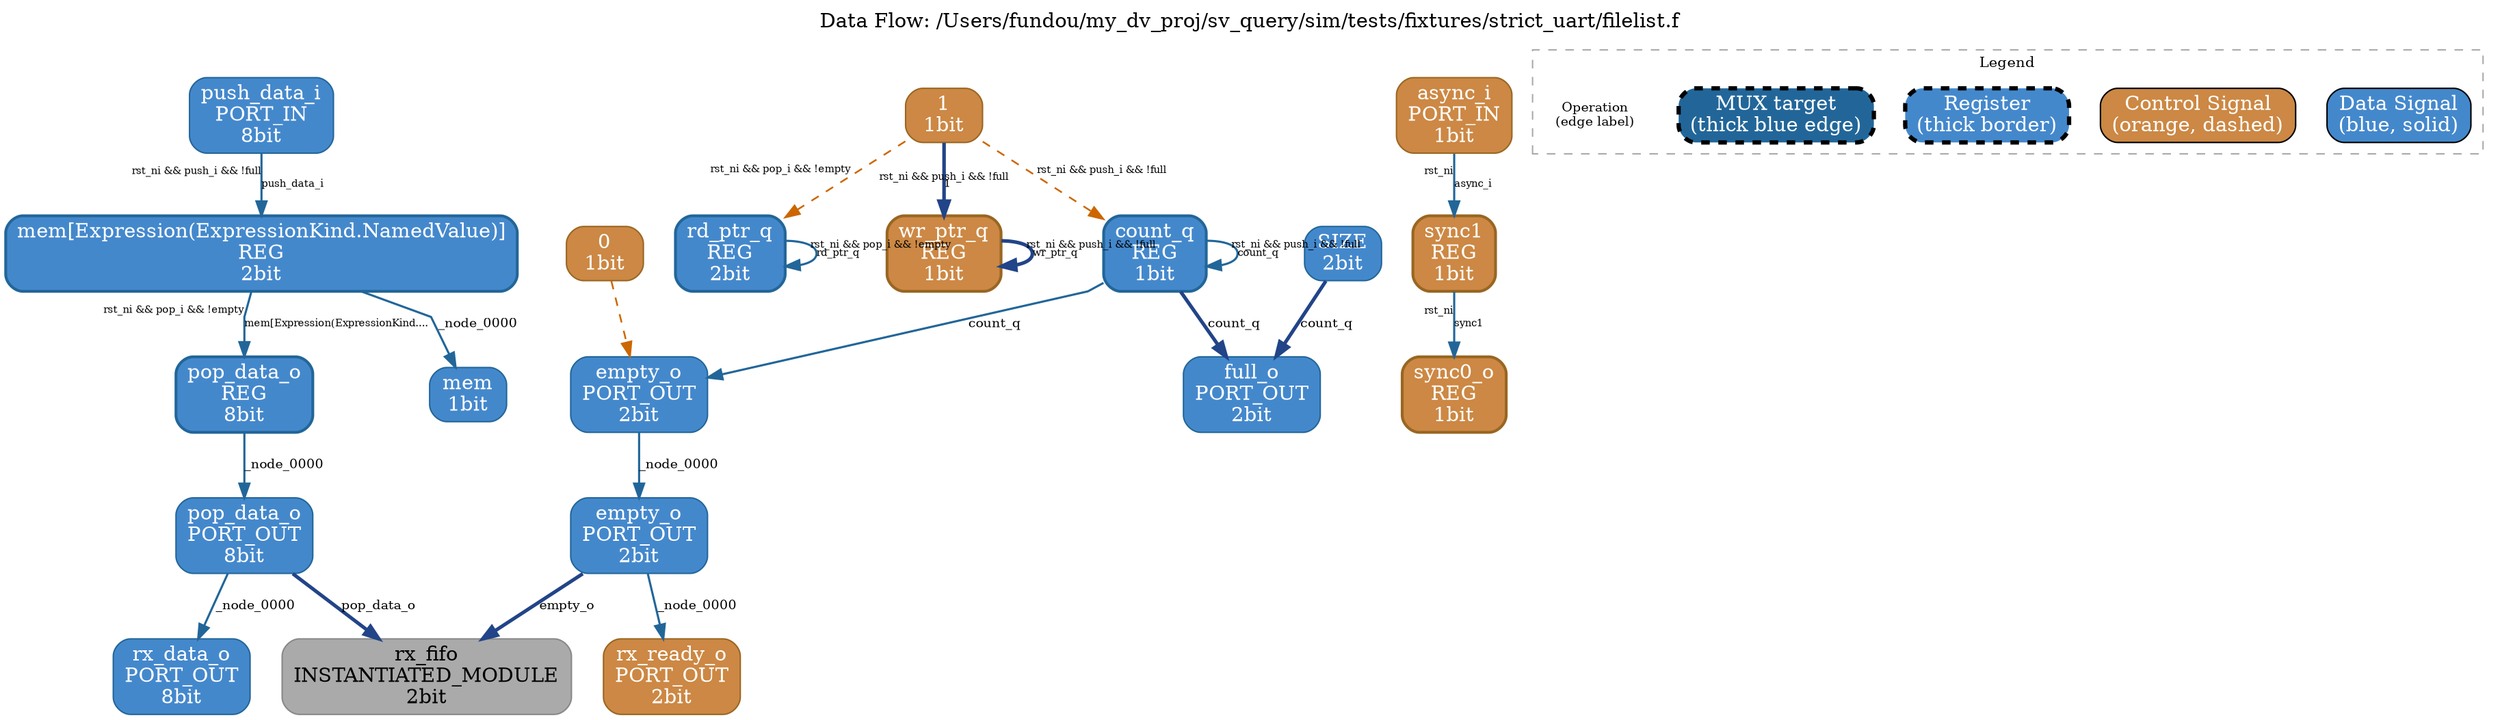
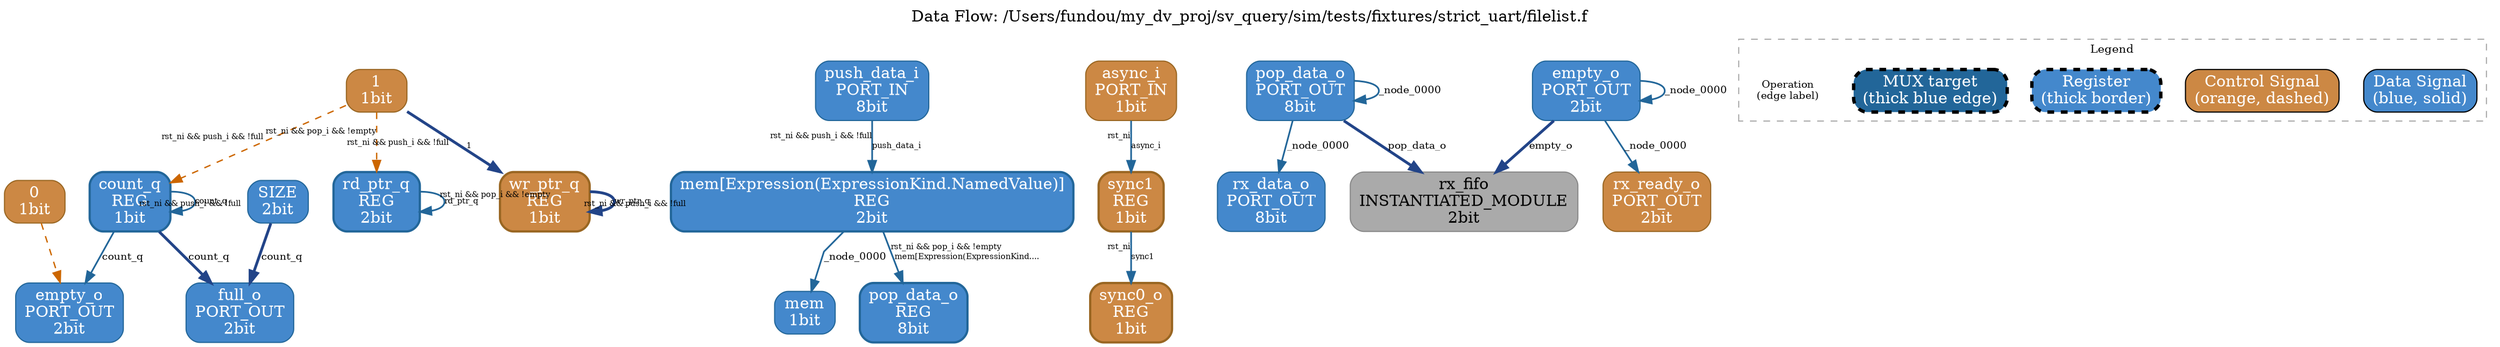
digraph dataflow {
  rankdir=TB;
  label="Data Flow: /Users/fundou/my_dv_proj/sv_query/sim/tests/fixtures/strict_uart/filelist.f";
  labelloc=t;
  fontsize=14;
  ranksep=0.5;
  nodesep=0.3;
  splines=polyline;

  // === Nodes ===
  "0" [label="0\n1bit" shape=box style="rounded,filled" fillcolor="#cc8844" color="#996622" fontcolor="white" penwidth=1];
  "1" [label="1\n1bit" shape=box style="rounded,filled" fillcolor="#cc8844" color="#996622" fontcolor="white" penwidth=1];
  "sync_fifo.SIZE" [label="SIZE\n2bit" shape=box style="rounded,filled" fillcolor="#4488cc" color="#226699" fontcolor="white" penwidth=1];
  "sync_fifo.count_q" [label="count_q\nREG\n1bit" shape=box style="rounded,filled" fillcolor="#4488cc" color="#226699" fontcolor="white" penwidth=2];
  "sync_fifo.empty_o" [label="empty_o\nPORT_OUT\n2bit" shape=box style="rounded,filled" fillcolor="#4488cc" color="#226699" fontcolor="white" penwidth=1];
  "sync_fifo.full_o" [label="full_o\nPORT_OUT\n2bit" shape=box style="rounded,filled" fillcolor="#4488cc" color="#226699" fontcolor="white" penwidth=1];
  "sync_fifo.mem" [label="mem\n1bit" shape=box style="rounded,filled" fillcolor="#4488cc" color="#226699" fontcolor="white" penwidth=1];
  "sync_fifo.mem[Expression(ExpressionKind.NamedValue)]" [label="mem[Expression(ExpressionKind.NamedValue)]\nREG\n2bit" shape=box style="rounded,filled" fillcolor="#4488cc" color="#226699" fontcolor="white" penwidth=2];
  "sync_fifo.pop_data_o" [label="pop_data_o\nREG\n8bit" shape=box style="rounded,filled" fillcolor="#4488cc" color="#226699" fontcolor="white" penwidth=2];
  "sync_fifo.push_data_i" [label="push_data_i\nPORT_IN\n8bit" shape=box style="rounded,filled" fillcolor="#4488cc" color="#226699" fontcolor="white" penwidth=1];
  "sync_fifo.rd_ptr_q" [label="rd_ptr_q\nREG\n2bit" shape=box style="rounded,filled" fillcolor="#4488cc" color="#226699" fontcolor="white" penwidth=2];
  "sync_fifo.wr_ptr_q" [label="wr_ptr_q\nREG\n1bit" shape=box style="rounded,filled" fillcolor="#cc8844" color="#996622" fontcolor="white" penwidth=2];
  "synchronizer.async_i" [label="async_i\nPORT_IN\n1bit" shape=box style="rounded,filled" fillcolor="#cc8844" color="#996622" fontcolor="white" penwidth=1];
  "synchronizer.sync0_o" [label="sync0_o\nREG\n1bit" shape=box style="rounded,filled" fillcolor="#cc8844" color="#996622" fontcolor="white" penwidth=2];
  "synchronizer.sync1" [label="sync1\nREG\n1bit" shape=box style="rounded,filled" fillcolor="#cc8844" color="#996622" fontcolor="white" penwidth=2];
  "uart_top.rx_data_o" [label="rx_data_o\nPORT_OUT\n8bit" shape=box style="rounded,filled" fillcolor="#4488cc" color="#226699" fontcolor="white" penwidth=1];
  "uart_top.rx_fifo" [label="rx_fifo\nINSTANTIATED_MODULE\n2bit" shape=box style="rounded,filled" fillcolor="#aaaaaa" color="#888888" fontcolor="black" penwidth=1];
  "uart_top.rx_fifo.empty_o" [label="empty_o\nPORT_OUT\n2bit" shape=box style="rounded,filled" fillcolor="#4488cc" color="#226699" fontcolor="white" penwidth=1];
  "uart_top.rx_fifo.pop_data_o" [label="pop_data_o\nPORT_OUT\n8bit" shape=box style="rounded,filled" fillcolor="#4488cc" color="#226699" fontcolor="white" penwidth=1];
  "uart_top.rx_ready_o" [label="rx_ready_o\nPORT_OUT\n2bit" shape=box style="rounded,filled" fillcolor="#cc8844" color="#996622" fontcolor="white" penwidth=1];

  // === Data Edges ===
  "synchronizer.async_i" -> "synchronizer.sync1" [color="#226699", style=solid, penwidth=1.5, label="async_i", fontsize=9, xlabel="rst_ni", fontsize=7];
  "synchronizer.sync1" -> "synchronizer.sync0_o" [color="#226699", style=solid, penwidth=1.5, label="sync1", fontsize=9, xlabel="rst_ni", fontsize=7];
  "sync_fifo.push_data_i" -> "sync_fifo.mem[Expression(ExpressionKind.NamedValue)]" [color="#226699", style=solid, penwidth=1.5, label="push_data_i", fontsize=9, xlabel="rst_ni && push_i && !full", fontsize=7];
-   "sync_fifo.pop_data_o" -> "uart_top.rx_fifo.pop_data_o" [color="#226699", style=solid, penwidth=1.5, label="_node_0000", fontsize=9];
-   "sync_fifo.empty_o" -> "uart_top.rx_fifo.empty_o" [color="#226699", style=solid, penwidth=1.5, label="_node_0000", fontsize=9];
  "sync_fifo.count_q" -> "sync_fifo.empty_o" [color="#226699", style=solid, penwidth=1.5, label="count_q", fontsize=9];
  "sync_fifo.count_q" -> "sync_fifo.full_o" [color="#226699", style=solid, penwidth=1.5, label="count_q", fontsize=9, penwidth=2.5, color="#224488"];
  "sync_fifo.count_q" -> "sync_fifo.count_q" [color="#226699", style=solid, penwidth=1.5, label="count_q", fontsize=9, xlabel="rst_ni && push_i && !full", fontsize=7];
  "sync_fifo.wr_ptr_q" -> "sync_fifo.wr_ptr_q" [color="#226699", style=solid, penwidth=1.5, label="wr_ptr_q", fontsize=9, xlabel="rst_ni && push_i && !full", fontsize=7, penwidth=2.5, color="#224488"];
  "sync_fifo.SIZE" -> "sync_fifo.full_o" [color="#226699", style=solid, penwidth=1.5, label="count_q", fontsize=9, penwidth=2.5, color="#224488"];
  "sync_fifo.rd_ptr_q" -> "sync_fifo.rd_ptr_q" [color="#226699", style=solid, penwidth=1.5, label="rd_ptr_q", fontsize=9, xlabel="rst_ni && pop_i && !empty", fontsize=7];
  "sync_fifo.mem[Expression(ExpressionKind.NamedValue)]" -> "sync_fifo.pop_data_o" [color="#226699", style=solid, penwidth=1.5, label="mem[Expression(ExpressionKind....", fontsize=9, xlabel="rst_ni && pop_i && !empty", fontsize=7];
  "sync_fifo.mem[Expression(ExpressionKind.NamedValue)]" -> "sync_fifo.mem" [color="#226699", style=solid, penwidth=1.5, label="_node_0000", fontsize=9];
+   "uart_top.rx_fifo.pop_data_o" -> "uart_top.rx_fifo.pop_data_o" [color="#226699", style=solid, penwidth=1.5, label="_node_0000", fontsize=9];
  "uart_top.rx_fifo.pop_data_o" -> "uart_top.rx_data_o" [color="#226699", style=solid, penwidth=1.5, label="_node_0000", fontsize=9];
  "uart_top.rx_fifo.pop_data_o" -> "uart_top.rx_fifo" [color="#226699", style=solid, penwidth=1.5, label="pop_data_o", fontsize=9, penwidth=2.5, color="#224488"];
+   "uart_top.rx_fifo.empty_o" -> "uart_top.rx_fifo.empty_o" [color="#226699", style=solid, penwidth=1.5, label="_node_0000", fontsize=9];
  "uart_top.rx_fifo.empty_o" -> "uart_top.rx_ready_o" [color="#226699", style=solid, penwidth=1.5, label="_node_0000", fontsize=9];
  "uart_top.rx_fifo.empty_o" -> "uart_top.rx_fifo" [color="#226699", style=solid, penwidth=1.5, label="empty_o", fontsize=9, penwidth=2.5, color="#224488"];
  "1" -> "sync_fifo.wr_ptr_q" [color="#226699", style=solid, penwidth=1.5, label="1", fontsize=9, xlabel="rst_ni && push_i && !full", fontsize=7, penwidth=2.5, color="#224488"];

  // === Key Control Edges ===
  "0" -> "sync_fifo.empty_o" [color="#CC6600", style=dashed, penwidth=1.2];
  "1" -> "sync_fifo.rd_ptr_q" [color="#CC6600", style=dashed, penwidth=1.2, xlabel="rst_ni && pop_i && !empty", fontsize=7];
  "1" -> "sync_fifo.count_q" [color="#CC6600", style=dashed, penwidth=1.2, xlabel="rst_ni && push_i && !full", fontsize=7];

  // === Legend ===
  subgraph cluster_legend {
    label="Legend";
    fontsize=10;
    style=dashed;
    color="#aaaaaa";
    legend_data [label="Data Signal\n(blue, solid)" shape=box style="rounded,filled" fillcolor="#4488cc" fontcolor="white"];
    legend_control [label="Control Signal\n(orange, dashed)" shape=box style="rounded,filled" fillcolor="#cc8844" fontcolor="white"];
    legend_reg [label="Register\n(thick border)" shape=box style="rounded,filled,dashed" fillcolor="#4488cc" fontcolor="white" penwidth=3];
    legend_mux [label="MUX target\n(thick blue edge)" shape=box style="rounded,filled,dashed" fillcolor="#226699" fontcolor="white" penwidth=3];
    legend_op [label="Operation\n(edge label)" shape=none fontsize=9];
  }
}